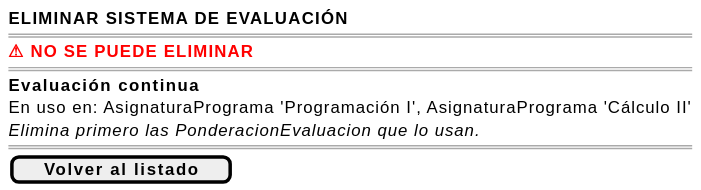
mmasias/pyCeldaPublico keeps this PlantUML diagram as images/RUP/01-requisitos/03-detalle-casos-uso/eliminarSistemaEvaluacion/wireframe-bloqueada.svg. Above is the earlier version. Source of this version:
```plantuml
@startsalt eliminarSistemaEvaluacion-wireframe-bloqueada
{
    <b>ELIMINAR SISTEMA DE EVALUACIÓN</b>
    ====
    <color:red><b>⚠ NO SE PUEDE ELIMINAR</b></color>
    ====
    <b>Evaluación continua</b>

    En uso en: AsignaturaPrograma 'Programación I', AsignaturaPrograma 'Cálculo II'

    <i>Elimina primero las PonderacionEvaluacion que lo usan.</i>
    ====
    [ <b>Volver al listado</b> ]
}
@endsalt
```
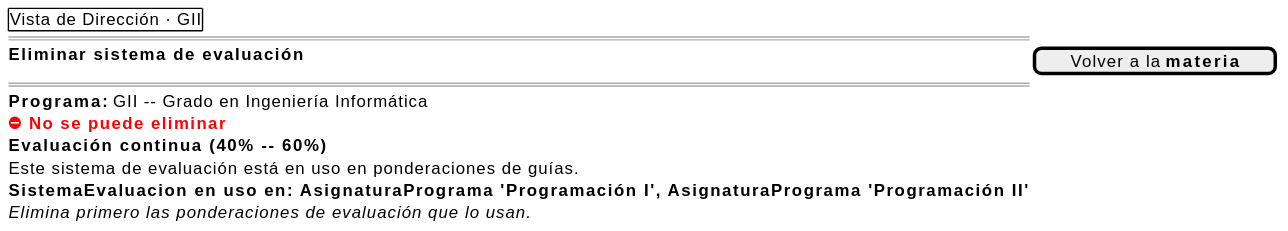
Later version of the same file.

The edit, as a diff of the source:
```diff
@@ -1,15 +1,14 @@
 @startsalt eliminarSistemaEvaluacion-wireframe-bloqueada
 {
-    <b>ELIMINAR SISTEMA DE EVALUACIÓN</b>
+    {+ Vista de Dirección · GII }
     ====
-    <color:red><b>⚠ NO SE PUEDE ELIMINAR</b></color>
+    <b>Eliminar sistema de evaluación</b> | [ Volver a la <b>materia</b> ]
     ====
-    <b>Evaluación continua</b>
-
-    En uso en: AsignaturaPrograma 'Programación I', AsignaturaPrograma 'Cálculo II'
-
-    <i>Elimina primero las PonderacionEvaluacion que lo usan.</i>
-    ====
-    [ <b>Volver al listado</b> ]
+    <b>Programa:</b> GII -- Grado en Ingeniería Informática
+    <color:red><b>⛔ No se puede eliminar</b></color>
+    <b>Evaluación continua (40% -- 60%)</b>
+    Este sistema de evaluación está en uso en ponderaciones de guías.
+    <b>SistemaEvaluacion en uso en: AsignaturaPrograma 'Programación I', AsignaturaPrograma 'Programación II'</b>
+    <i>Elimina primero las ponderaciones de evaluación que lo usan.</i>
 }
 @endsalt
```
